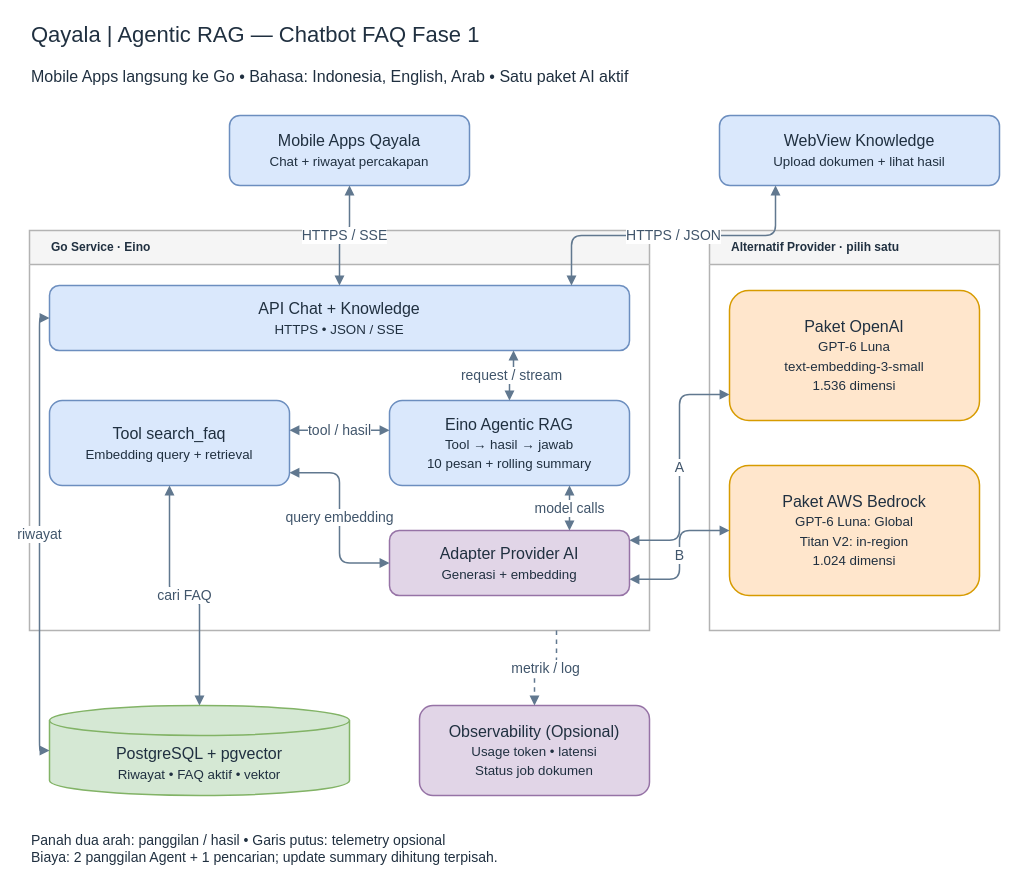
adityapnusantara/fantastic keeps this draw.io diagram as page "01 Agentic RAG" (1 of 2) of docs/qayala/qayala-architecture.drawio. Above is the earlier version. Source tidied: cells renumbered, new cells numbered last; positions are measured from the earlier drawing's top-left corner, leaving out a move shared by most shapes. Both pictures are drawn from the tidied source at 100%, with x=0, y=0 at pixel (29, 17).
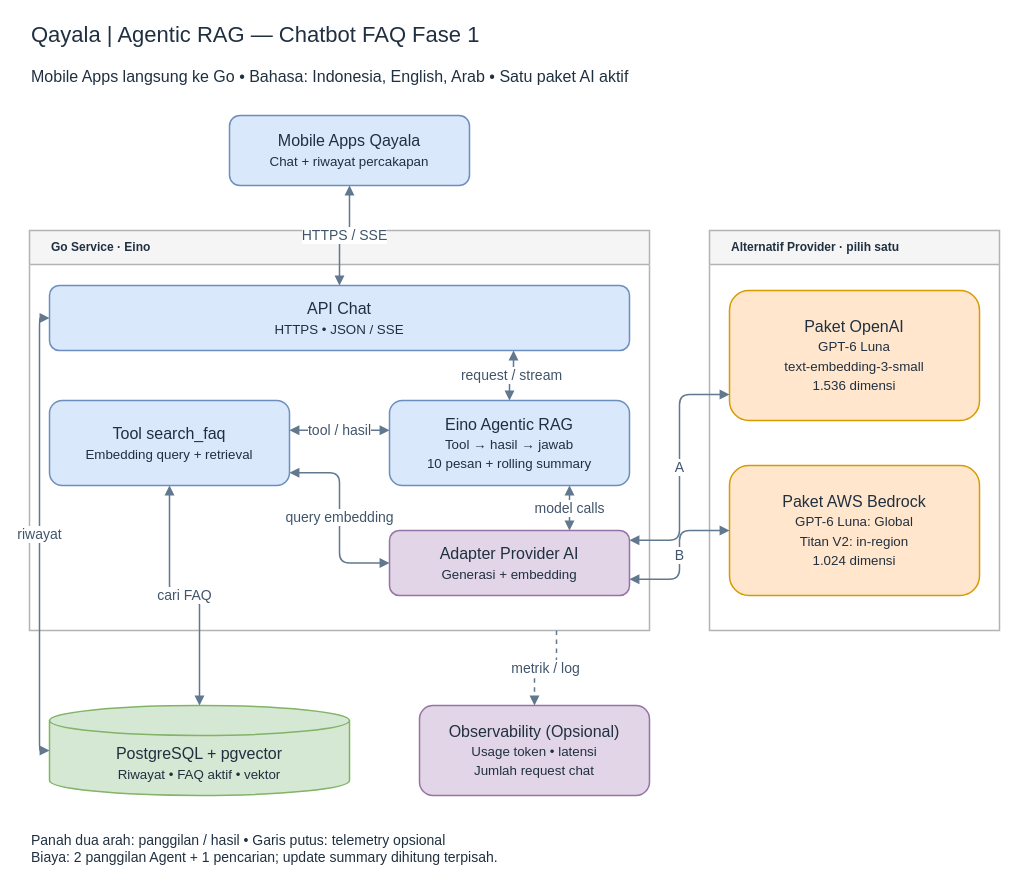
The same page after the edit.

Commit message (it also covers changes not shown here):
docs(qayala): separate chat and knowledge diagrams

Unchanged cells that the change refers to:
```xml
<mxCell id="5" value="Go Service · Eino" style="rounded=1;whiteSpace=wrap;html=1;fontSize=16;fontColor=#203040;fillColor=#f5f5f5;strokeColor=#b3b3b3;strokeWidth=1.5;spacing=10;swimlane;startSize=34;horizontal=1;rounded=0;align=left;spacingLeft=12;fontStyle=1;" parent="1" vertex="1">
  <mxGeometry y="213" width="620" height="400" as="geometry" />
</mxCell>
```

What changed in the source:
```diff
@@
-    <mxCell id="6" value="API Chat + Knowledge&lt;br&gt;&lt;small&gt;HTTPS • JSON / SSE&lt;/small&gt;" style="rounded=1;whiteSpace=wrap;html=1;fontSize=16;fontColor=#203040;fillColor=#dae8fc;strokeColor=#6c8ebf;strokeWidth=1.5;spacing=10;" parent="5" vertex="1">
+    <mxCell id="6" value="API Chat&lt;br&gt;&lt;small&gt;HTTPS • JSON / SSE&lt;/small&gt;" style="rounded=1;whiteSpace=wrap;html=1;fontSize=16;fontColor=#203040;fillColor=#dae8fc;strokeColor=#6c8ebf;strokeWidth=1.5;spacing=10;" parent="5" vertex="1">
       <mxGeometry x="20" y="55" width="580" height="65" as="geometry" />
     </mxCell>
@@
-    <mxCell id="14" value="Observability (Opsional)&lt;br&gt;&lt;small&gt;Usage token • latensi&lt;br&gt;Status job dokumen&lt;/small&gt;" style="rounded=1;whiteSpace=wrap;html=1;fontSize=16;fontColor=#203040;fillColor=#e1d5e7;strokeColor=#9673a6;strokeWidth=1.5;spacing=10;" parent="1" vertex="1">
+    <mxCell id="14" value="Observability (Opsional)&lt;br&gt;&lt;small&gt;Usage token • latensi&lt;br&gt;Jumlah request chat&lt;/small&gt;" style="rounded=1;whiteSpace=wrap;html=1;fontSize=16;fontColor=#203040;fillColor=#e1d5e7;strokeColor=#9673a6;strokeWidth=1.5;spacing=10;" parent="1" vertex="1">
       <mxGeometry x="390" y="688" width="230" height="90" as="geometry" />
     </mxCell>
@@
-    <mxCell id="26" value="WebView Knowledge&lt;br&gt;&lt;small&gt;Upload dokumen + lihat hasil&lt;/small&gt;" style="rounded=1;whiteSpace=wrap;html=1;fontSize=16;fontColor=#203040;fillColor=#dae8fc;strokeColor=#6c8ebf;strokeWidth=1.5;spacing=10;" parent="1" vertex="1">
-      <mxGeometry x="690" y="98" width="280" height="70" as="geometry" />
-    </mxCell>
-    <mxCell id="27" value="HTTPS / JSON" style="edgeStyle=orthogonalEdgeStyle;rounded=1;html=1;fontSize=14;fontColor=#40556b;strokeColor=#61788f;strokeWidth=1.5;endArrow=block;endFill=1;startArrow=block;startFill=1;labelBackgroundColor=#ffffff;exitX=0.2;exitY=1;entryX=0.9;entryY=0;" parent="1" edge="1" source="26" target="6">
-      <mxGeometry relative="1" as="geometry" />
-    </mxCell>
```
